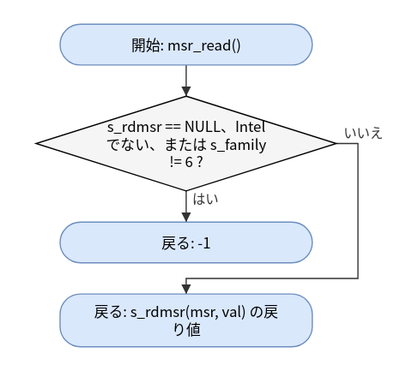
Above: doc/spec/images/flow_port_x86_bfm_x86-msr_read.drawio.svg in hf355051012-ai/bfmem (draw.io), before the change. Source tidied: cells renumbered, new cells last; positions are measured from the earlier drawing's top-left corner, leaving out a move shared by most shapes.
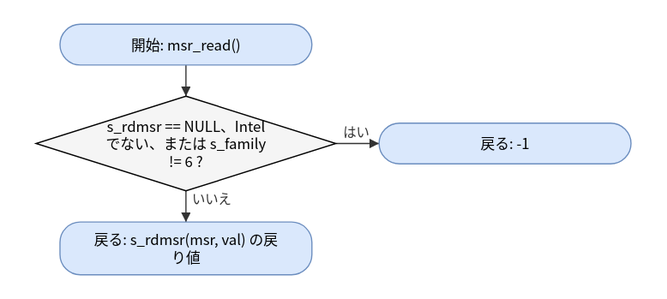
Above is the later version.

Diff of the diagram source:
```diff
@@ -9,25 +9,19 @@
       <mxGeometry y="60" width="250" height="79" as="geometry" />
     </mxCell>
     <mxCell id="4" value="戻る: -1" style="rounded=1;arcSize=50;whiteSpace=wrap;html=1;fillColor=#dae8fc;strokeColor=#6c8ebf;" parent="1" vertex="1">
-      <mxGeometry x="20" y="165" width="210" height="34" as="geometry" />
+      <mxGeometry x="286" y="82.5" width="210" height="34" as="geometry" />
     </mxCell>
     <mxCell id="5" value="戻る: s_rdmsr(msr, val) の戻&lt;br&gt;り値" style="rounded=1;arcSize=50;whiteSpace=wrap;html=1;fillColor=#dae8fc;strokeColor=#6c8ebf;" parent="1" vertex="1">
-      <mxGeometry x="20" y="225" width="210" height="44" as="geometry" />
+      <mxGeometry x="20" y="165" width="210" height="44" as="geometry" />
     </mxCell>
     <mxCell id="6" style="edgeStyle=none;html=1;rounded=0;endArrow=block;endFill=1;exitX=0.5000;exitY=1.0000;exitDx=0;exitDy=0;exitPerimeter=0;entryX=0.5000;entryY=0.0000;entryDx=0;entryDy=0;entryPerimeter=0;" parent="1" edge="1" source="2" target="3">
       <mxGeometry relative="1" as="geometry" />
     </mxCell>
-    <mxCell id="7" value="はい" style="edgeStyle=none;html=1;rounded=0;endArrow=block;endFill=1;exitX=0.5000;exitY=1.0000;exitDx=0;exitDy=0;exitPerimeter=0;entryX=0.5000;entryY=0.0000;entryDx=0;entryDy=0;entryPerimeter=0;" parent="1" edge="1" source="3" target="4">
+    <mxCell id="7" value="はい" style="edgeStyle=none;html=1;rounded=0;endArrow=block;endFill=1;exitX=1.0000;exitY=0.5000;exitDx=0;exitDy=0;exitPerimeter=0;entryX=0.0000;entryY=0.5000;entryDx=0;entryDy=0;entryPerimeter=0;" parent="1" edge="1" source="3" target="4">
       <mxGeometry relative="1" as="geometry" />
     </mxCell>
-    <mxCell id="8" value="いいえ" style="edgeStyle=none;html=1;rounded=0;endArrow=block;endFill=1;exitX=1.0000;exitY=0.5000;exitDx=0;exitDy=0;exitPerimeter=0;entryX=0.5000;entryY=0.0000;entryDx=0;entryDy=0;entryPerimeter=0;" parent="1" edge="1" source="3" target="5">
-      <mxGeometry relative="1" as="geometry">
-        <Array as="points">
-          <mxPoint x="268" y="99.5" />
-          <mxPoint x="268" y="212" />
-          <mxPoint x="125" y="212" />
-        </Array>
-      </mxGeometry>
+    <mxCell id="8" value="いいえ" style="edgeStyle=none;html=1;rounded=0;endArrow=block;endFill=1;exitX=0.5000;exitY=1.0000;exitDx=0;exitDy=0;exitPerimeter=0;entryX=0.5000;entryY=0.0000;entryDx=0;entryDy=0;entryPerimeter=0;" parent="1" edge="1" source="3" target="5">
+      <mxGeometry relative="1" as="geometry" />
     </mxCell>
   </root>
 </mxGraphModel>
```
